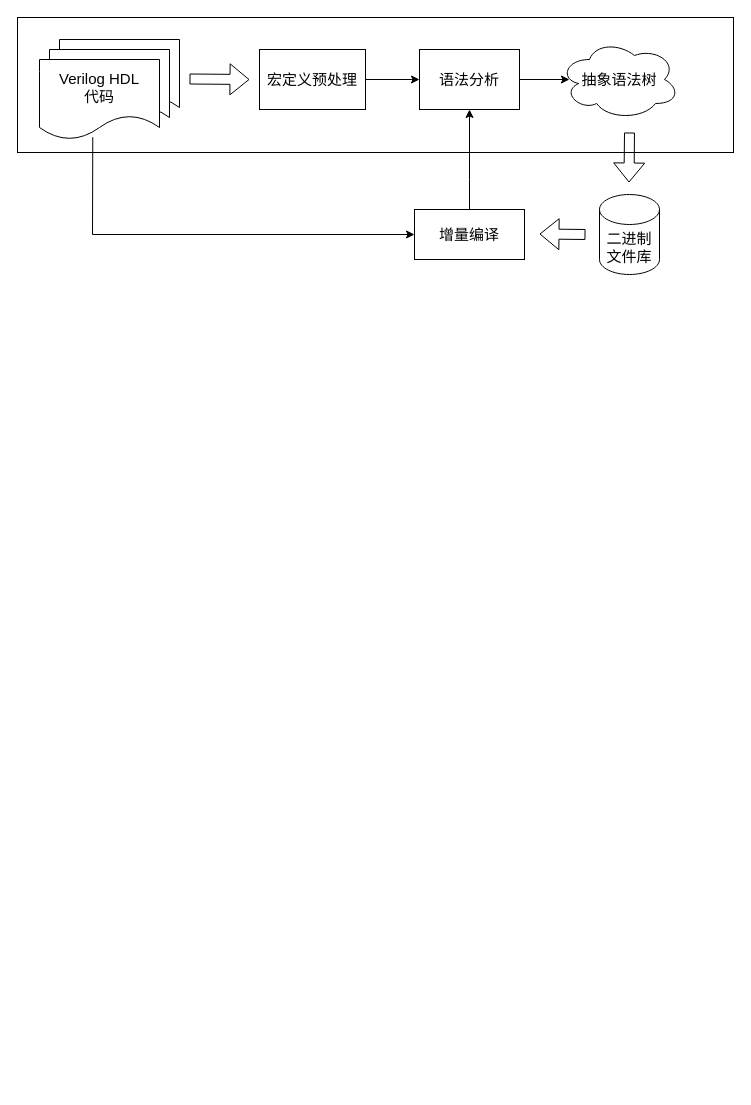
The draw.io diagram Untitled Diagram.drawio in xiangliaxiangli/CBA, before the edit. Source tidied: cells renumbered, new cells numbered last; positions are measured from the earlier drawing's top-left corner, leaving out a move shared by most shapes. Both pictures are drawn from the tidied source at 100%, with x=0, y=0 at pixel (17, 17).
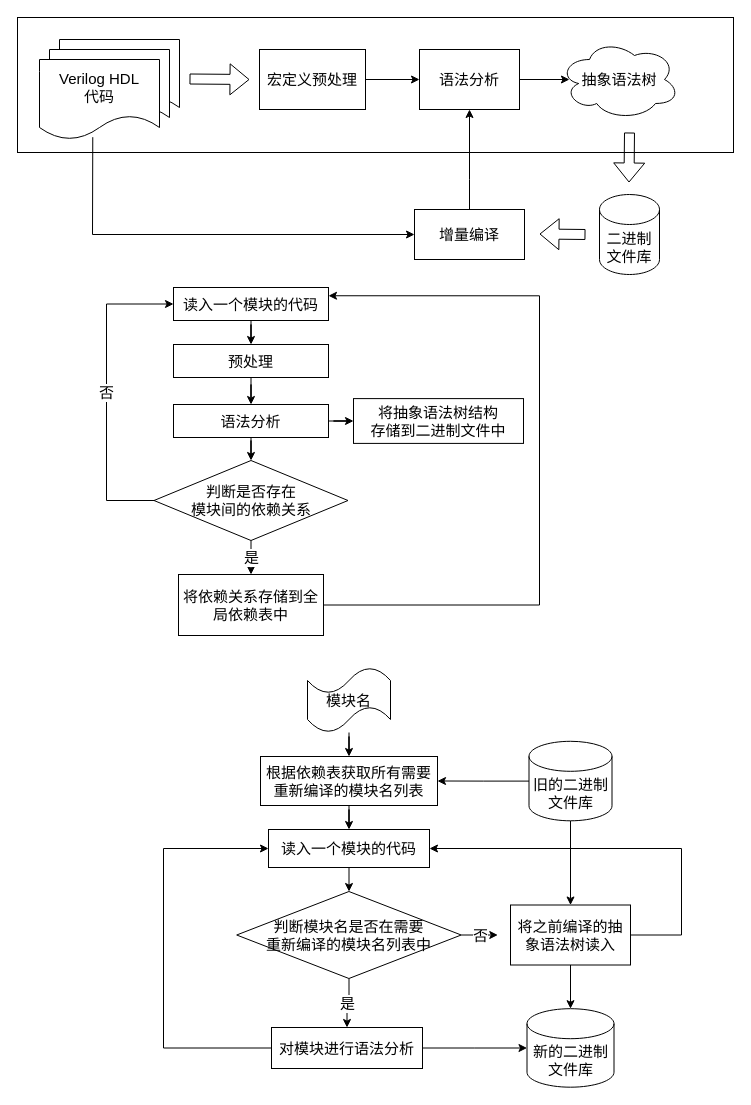
The same diagram, later.

The edit, as a diff of the source:
```diff
@@
+    <mxCell id="18" style="edgeStyle=orthogonalEdgeStyle;rounded=0;jettySize=auto;html=1;fontSize=15;entryX=0.5;entryY=0;entryDx=0;entryDy=0;" parent="1" edge="1" source="19" target="21">
+      <mxGeometry relative="1" as="geometry" />
+    </mxCell>
+    <mxCell id="19" value="读入一个模块的代码" style="rounded=0;whiteSpace=wrap;html=1;fontSize=15;" parent="1" vertex="1">
+      <mxGeometry x="156" y="270" width="155" height="33" as="geometry" />
+    </mxCell>
+    <mxCell id="20" style="edgeStyle=orthogonalEdgeStyle;rounded=0;jettySize=auto;html=1;fontSize=15;entryX=0.5;entryY=0;entryDx=0;entryDy=0;" parent="1" edge="1" source="21" target="24">
+      <mxGeometry relative="1" as="geometry" />
+    </mxCell>
+    <mxCell id="21" value="预处理" style="rounded=0;whiteSpace=wrap;html=1;fontSize=15;" parent="1" vertex="1">
+      <mxGeometry x="156" y="327" width="155" height="33" as="geometry" />
+    </mxCell>
+    <mxCell id="22" style="edgeStyle=orthogonalEdgeStyle;rounded=0;jettySize=auto;html=1;fontSize=15;" parent="1" edge="1" source="24" target="27">
+      <mxGeometry relative="1" as="geometry" />
+    </mxCell>
+    <mxCell id="23" style="edgeStyle=orthogonalEdgeStyle;rounded=0;jettySize=auto;html=1;fontSize=15;" parent="1" edge="1" source="24" target="30">
+      <mxGeometry relative="1" as="geometry" />
+    </mxCell>
+    <mxCell id="24" value="语法分析" style="rounded=0;whiteSpace=wrap;html=1;fontSize=15;" parent="1" vertex="1">
+      <mxGeometry x="156" y="387" width="155" height="33" as="geometry" />
+    </mxCell>
+    <mxCell id="25" value="是" style="edgeStyle=orthogonalEdgeStyle;rounded=0;jettySize=auto;html=1;fontSize=15;" parent="1" edge="1" source="27" target="29">
+      <mxGeometry relative="1" as="geometry" />
+    </mxCell>
+    <mxCell id="26" value="否" style="edgeStyle=orthogonalEdgeStyle;rounded=0;jettySize=auto;html=1;entryX=0;entryY=0.5;entryDx=0;entryDy=0;fontSize=15;" parent="1" edge="1" source="27" target="19">
+      <mxGeometry relative="1" as="geometry">
+        <Array as="points">
+          <mxPoint x="89" y="483" />
+          <mxPoint x="89" y="287" />
+        </Array>
+      </mxGeometry>
+    </mxCell>
+    <mxCell id="27" value="判断是否存在&lt;br&gt;模块间的依赖关系" style="rhombus;whiteSpace=wrap;html=1;fontSize=15;" parent="1" vertex="1">
+      <mxGeometry x="136.5" y="443" width="194" height="80" as="geometry" />
+    </mxCell>
+    <mxCell id="28" style="edgeStyle=orthogonalEdgeStyle;rounded=0;jettySize=auto;html=1;entryX=1;entryY=0.25;entryDx=0;entryDy=0;fontSize=15;" parent="1" edge="1" source="29" target="19">
+      <mxGeometry relative="1" as="geometry">
+        <Array as="points">
+          <mxPoint x="522" y="588" />
+          <mxPoint x="522" y="278" />
+        </Array>
+      </mxGeometry>
+    </mxCell>
+    <mxCell id="29" value="将依赖关系存储到全局依赖表中" style="rounded=0;whiteSpace=wrap;html=1;fontSize=15;" parent="1" vertex="1">
+      <mxGeometry x="161" y="557" width="145" height="61" as="geometry" />
+    </mxCell>
+    <mxCell id="30" value="将抽象语法树结构&lt;br&gt;存储到二进制文件中" style="whiteSpace=wrap;html=1;fontSize=15;rounded=0;" parent="1" vertex="1">
+      <mxGeometry x="336" y="381.1" width="170" height="44.8" as="geometry" />
+    </mxCell>
+    <mxCell id="31" style="edgeStyle=orthogonalEdgeStyle;rounded=0;jettySize=auto;html=1;fontSize=15;" parent="1" edge="1" source="32" target="34">
+      <mxGeometry relative="1" as="geometry" />
+    </mxCell>
+    <mxCell id="32" value="模块名" style="shape=tape;whiteSpace=wrap;html=1;fontSize=15;" parent="1" vertex="1">
+      <mxGeometry x="290" y="650" width="83" height="65" as="geometry" />
+    </mxCell>
+    <mxCell id="33" style="edgeStyle=orthogonalEdgeStyle;rounded=0;jettySize=auto;html=1;fontSize=15;" parent="1" edge="1" source="34" target="39">
+      <mxGeometry relative="1" as="geometry" />
+    </mxCell>
+    <mxCell id="34" value="根据依赖表获取所有需要重新编译的模块名列表" style="rounded=0;whiteSpace=wrap;html=1;fontSize=15;" parent="1" vertex="1">
+      <mxGeometry x="243" y="739" width="177" height="49" as="geometry" />
+    </mxCell>
+    <mxCell id="35" style="edgeStyle=orthogonalEdgeStyle;rounded=0;jettySize=auto;html=1;fontSize=15;" parent="1" edge="1" source="37" target="34">
+      <mxGeometry relative="1" as="geometry" />
+    </mxCell>
+    <mxCell id="36" style="edgeStyle=orthogonalEdgeStyle;rounded=0;jettySize=auto;html=1;fontSize=15;" parent="1" edge="1" source="37" target="49">
+      <mxGeometry relative="1" as="geometry" />
+    </mxCell>
+    <mxCell id="37" value="旧的二进制文件库" style="shape=cylinder3;whiteSpace=wrap;html=1;boundedLbl=1;backgroundOutline=1;size=15;fontSize=15;" parent="1" vertex="1">
+      <mxGeometry x="511.5" y="723.8" width="83" height="79.5" as="geometry" />
+    </mxCell>
+    <mxCell id="38" style="edgeStyle=orthogonalEdgeStyle;rounded=0;jettySize=auto;html=1;fontSize=15;" parent="1" edge="1" source="39" target="42">
+      <mxGeometry relative="1" as="geometry" />
+    </mxCell>
+    <mxCell id="39" value="读入一个模块的代码" style="rounded=0;whiteSpace=wrap;html=1;fontSize=15;" parent="1" vertex="1">
+      <mxGeometry x="251" y="812" width="161" height="38" as="geometry" />
+    </mxCell>
+    <mxCell id="40" value="是" style="edgeStyle=orthogonalEdgeStyle;rounded=0;jettySize=auto;html=1;fontSize=15;" parent="1" edge="1" source="42" target="45">
+      <mxGeometry relative="1" as="geometry" />
+    </mxCell>
+    <mxCell id="41" value="否" style="edgeStyle=orthogonalEdgeStyle;rounded=0;jettySize=auto;html=1;fontSize=15;" parent="1" edge="1" source="42">
+      <mxGeometry relative="1" as="geometry">
+        <mxPoint x="480.3" y="917.5" as="targetPoint" />
+      </mxGeometry>
+    </mxCell>
+    <mxCell id="42" value="判断模块名是否在需要&lt;br&gt;重新编译的模块名列表中" style="rhombus;whiteSpace=wrap;html=1;fontSize=15;" parent="1" vertex="1">
+      <mxGeometry x="219.2" y="874" width="224.5" height="87" as="geometry" />
+    </mxCell>
+    <mxCell id="43" style="edgeStyle=orthogonalEdgeStyle;rounded=0;jettySize=auto;html=1;fontSize=15;" parent="1" edge="1" source="45" target="46">
+      <mxGeometry relative="1" as="geometry" />
+    </mxCell>
+    <mxCell id="44" style="edgeStyle=orthogonalEdgeStyle;rounded=0;jettySize=auto;html=1;entryX=0;entryY=0.5;entryDx=0;entryDy=0;fontSize=15;" parent="1" edge="1" source="45" target="39">
+      <mxGeometry relative="1" as="geometry">
+        <Array as="points">
+          <mxPoint x="146" y="1031" />
+          <mxPoint x="146" y="831" />
+        </Array>
+      </mxGeometry>
+    </mxCell>
+    <mxCell id="45" value="对模块进行语法分析" style="rounded=0;whiteSpace=wrap;html=1;fontSize=15;" parent="1" vertex="1">
+      <mxGeometry x="254" y="1010" width="151" height="41" as="geometry" />
+    </mxCell>
+    <mxCell id="46" value="新的二进制文件库" style="shape=cylinder3;whiteSpace=wrap;html=1;boundedLbl=1;backgroundOutline=1;size=15;fontSize=15;" parent="1" vertex="1">
+      <mxGeometry x="509.5" y="991.2" width="87" height="78.5" as="geometry" />
+    </mxCell>
+    <mxCell id="47" style="edgeStyle=orthogonalEdgeStyle;rounded=0;jettySize=auto;html=1;fontSize=15;" parent="1" edge="1" source="49" target="46">
+      <mxGeometry relative="1" as="geometry" />
+    </mxCell>
+    <mxCell id="48" style="edgeStyle=orthogonalEdgeStyle;rounded=0;jettySize=auto;html=1;entryX=1;entryY=0.5;entryDx=0;entryDy=0;fontSize=15;" parent="1" edge="1" source="49" target="39">
+      <mxGeometry x="-1" y="-143" relative="1" as="geometry">
+        <Array as="points">
+          <mxPoint x="664" y="918" />
+          <mxPoint x="664" y="831" />
+        </Array>
+        <mxPoint x="133" y="91" as="offset" />
+      </mxGeometry>
+    </mxCell>
+    <mxCell id="49" value="将之前编译的抽象语法树读入" style="rounded=0;whiteSpace=wrap;html=1;fontSize=15;" parent="1" vertex="1">
+      <mxGeometry x="493" y="887.5" width="120" height="60" as="geometry" />
+    </mxCell>
```
